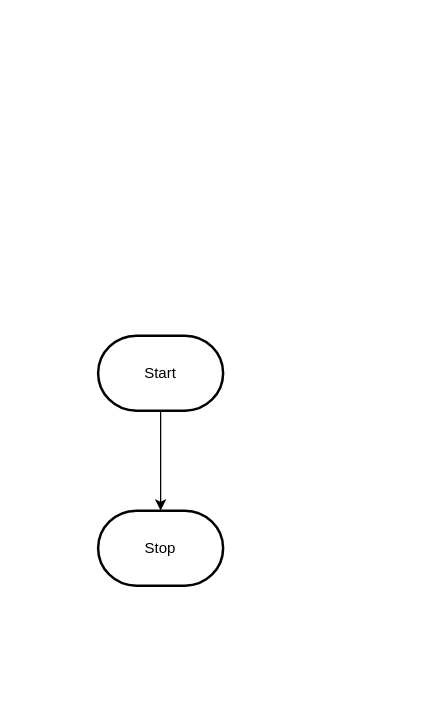
Before: design/flowchart.drawio in MTHS-ICD2O-1-2023/ICD2O-Unit-5-04-nathan-desilva, a draw.io diagram. Source tidied: cells renumbered, new cells numbered last; positions are measured from the earlier drawing's top-left corner, leaving out a move shared by most shapes. Both pictures are drawn from the tidied source at 125%, with x=0, y=0 at pixel (98, 335).
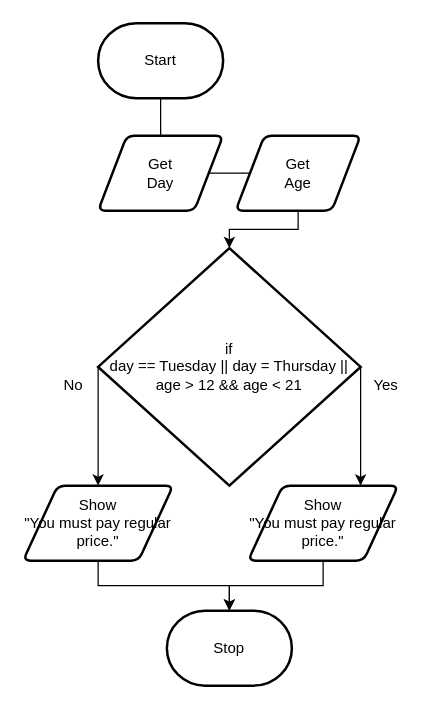
The same page after the edit.

Commit message (it also covers changes not shown here):
added flowchart and storyboard

The edit, as a diff of the source:
```diff
@@
-    <mxCell id="2" style="edgeStyle=orthogonalEdgeStyle;html=1;rounded=0;" parent="1" edge="1" source="3" target="4">
-      <mxGeometry relative="1" as="geometry" />
-    </mxCell>
     <mxCell id="3" value="Start" style="strokeWidth=2;html=1;shape=mxgraph.flowchart.terminator;whiteSpace=wrap;" parent="1" vertex="1">
-      <mxGeometry width="100" height="60" as="geometry" />
+      <mxGeometry y="-250" width="100" height="60" as="geometry" />
     </mxCell>
     <mxCell id="4" value="Stop" style="strokeWidth=2;html=1;shape=mxgraph.flowchart.terminator;whiteSpace=wrap;" parent="1" vertex="1">
-      <mxGeometry y="140" width="100" height="60" as="geometry" />
+      <mxGeometry x="55" y="220" width="100" height="60" as="geometry" />
     </mxCell>
+    <mxCell id="5" style="edgeStyle=orthogonalEdgeStyle;html=1;rounded=0;endArrow=none;" parent="1" edge="1" source="3" target="6">
+      <mxGeometry relative="1" as="geometry" />
+    </mxCell>
+    <mxCell id="6" value="Get&lt;br&gt;Day" style="shape=parallelogram;html=1;strokeWidth=2;perimeter=parallelogramPerimeter;whiteSpace=wrap;rounded=1;arcSize=12;size=0.23;" parent="1" vertex="1">
+      <mxGeometry y="-160" width="100" height="60" as="geometry" />
+    </mxCell>
+    <mxCell id="7" style="edgeStyle=orthogonalEdgeStyle;html=1;rounded=0;startArrow=none;endArrow=none;" parent="1" edge="1" source="6" target="9">
+      <mxGeometry relative="1" as="geometry" />
+    </mxCell>
+    <mxCell id="8" style="edgeStyle=orthogonalEdgeStyle;html=1;entryX=0.5;entryY=0;entryDx=0;entryDy=0;entryPerimeter=0;rounded=0;" parent="1" edge="1" source="9" target="12">
+      <mxGeometry relative="1" as="geometry" />
+    </mxCell>
+    <mxCell id="9" value="Get&lt;br&gt;Age" style="shape=parallelogram;html=1;strokeWidth=2;perimeter=parallelogramPerimeter;whiteSpace=wrap;rounded=1;arcSize=12;size=0.23;" parent="1" vertex="1">
+      <mxGeometry x="110" y="-160" width="100" height="60" as="geometry" />
+    </mxCell>
+    <mxCell id="10" style="edgeStyle=orthogonalEdgeStyle;rounded=0;html=1;exitX=0;exitY=0.5;exitDx=0;exitDy=0;exitPerimeter=0;entryX=0.5;entryY=0;entryDx=0;entryDy=0;" parent="1" edge="1" source="12" target="16">
+      <mxGeometry relative="1" as="geometry">
+        <Array as="points">
+          <mxPoint y="120" />
+        </Array>
+      </mxGeometry>
+    </mxCell>
+    <mxCell id="11" style="edgeStyle=orthogonalEdgeStyle;rounded=0;html=1;exitX=1;exitY=0.5;exitDx=0;exitDy=0;exitPerimeter=0;entryX=0.75;entryY=0;entryDx=0;entryDy=0;" parent="1" edge="1" source="12" target="14">
+      <mxGeometry relative="1" as="geometry">
+        <Array as="points">
+          <mxPoint x="210" y="110" />
+          <mxPoint x="210" y="110" />
+        </Array>
+      </mxGeometry>
+    </mxCell>
+    <mxCell id="12" value="if&lt;br&gt;day == Tuesday || day = Thursday ||&lt;br&gt;age &amp;gt; 12 &amp;amp;&amp;amp; age &amp;lt; 21" style="strokeWidth=2;html=1;shape=mxgraph.flowchart.decision;whiteSpace=wrap;" parent="1" vertex="1">
+      <mxGeometry y="-70" width="210" height="190" as="geometry" />
+    </mxCell>
+    <mxCell id="13" style="edgeStyle=orthogonalEdgeStyle;rounded=0;html=1;" parent="1" edge="1" source="14" target="4">
+      <mxGeometry relative="1" as="geometry" />
+    </mxCell>
+    <mxCell id="14" value="Show&lt;br&gt;&quot;You must pay regular price.&quot;" style="shape=parallelogram;html=1;strokeWidth=2;perimeter=parallelogramPerimeter;whiteSpace=wrap;rounded=1;arcSize=12;size=0.23;" parent="1" vertex="1">
+      <mxGeometry x="120" y="120" width="120" height="60" as="geometry" />
+    </mxCell>
+    <mxCell id="15" style="edgeStyle=orthogonalEdgeStyle;rounded=0;html=1;entryX=0.5;entryY=0;entryDx=0;entryDy=0;entryPerimeter=0;" parent="1" edge="1" source="16" target="4">
+      <mxGeometry relative="1" as="geometry" />
+    </mxCell>
+    <mxCell id="16" value="Show&lt;br&gt;&quot;You must pay regular price.&quot;" style="shape=parallelogram;html=1;strokeWidth=2;perimeter=parallelogramPerimeter;whiteSpace=wrap;rounded=1;arcSize=12;size=0.23;" parent="1" vertex="1">
+      <mxGeometry x="-60" y="120" width="120" height="60" as="geometry" />
+    </mxCell>
+    <mxCell id="17" value="No" style="text;html=1;align=center;verticalAlign=middle;strokeColor=none;fillColor=none;" parent="1" vertex="1">
+      <mxGeometry x="-40" y="25" width="40" height="30" as="geometry" />
+    </mxCell>
+    <mxCell id="18" value="Yes" style="text;html=1;align=center;verticalAlign=middle;strokeColor=none;fillColor=none;" parent="1" vertex="1">
+      <mxGeometry x="210" y="25" width="40" height="30" as="geometry" />
+    </mxCell>
```
